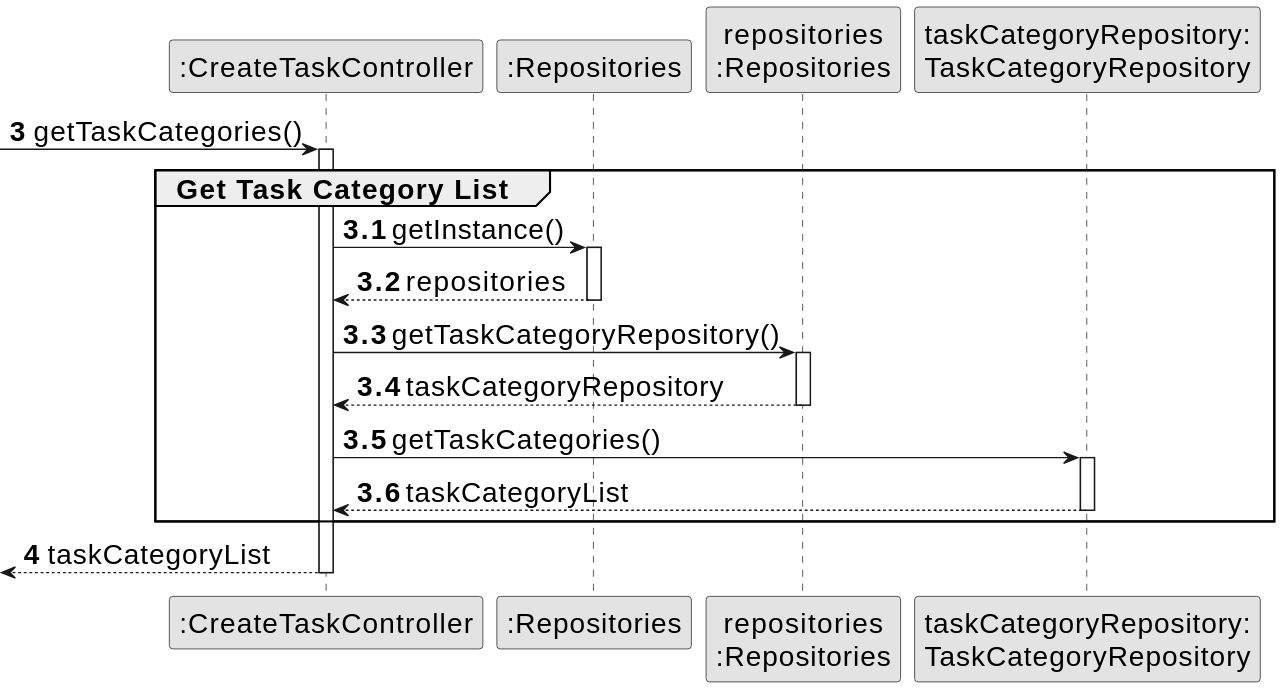
This is docs/sprintA&B&C/us022/03.design/svg/us022-sequence-diagram-partial-get-tasks-dto-list.svg from daniel41silva05/ISEP_2023_2024_LAPR2, a PlantUML export, as it was before one commit. Its diagram source:
```plantuml
@startuml
skinparamlocked defaultFontSize 20
skinparam monochrome true
skinparam packageStyle rectangle
skinparam shadowing false

autonumber


participant ":CreateTaskController" as CTRL
participant ":Repositories" as RepositorySingleton
participant "repositories\n:Repositories" as PLAT
participant "taskCategoryRepository:\nTaskCategoryRepository" as TaskCategoryRepository

autonumber 3

 -> CTRL : getTaskCategories()
autonumber 3.1
activate CTRL
    group Get Task Category List


            CTRL -> RepositorySingleton : getInstance()
            activate RepositorySingleton

                RepositorySingleton --> CTRL: repositories
            deactivate RepositorySingleton

            CTRL -> PLAT : getTaskCategoryRepository()
            activate PLAT

                PLAT --> CTRL: taskCategoryRepository
            deactivate PLAT

            CTRL -> TaskCategoryRepository : getTaskCategories()
            activate TaskCategoryRepository

                TaskCategoryRepository --> CTRL : taskCategoryList
            deactivate TaskCategoryRepository


    end
    autonumber 4
    <-- CTRL  : taskCategoryList
deactivate CTRL
@enduml
```
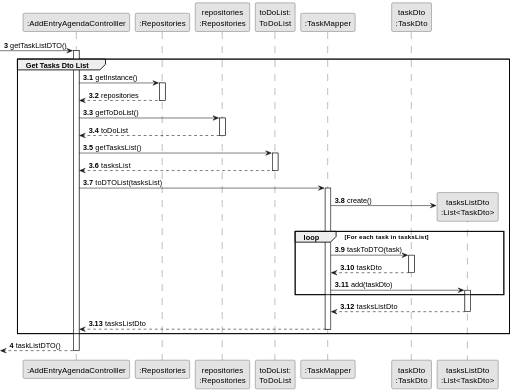
The same diagram one commit later.

Change to the diagram source:
```diff
@@ -1,5 +1,4 @@
 @startuml
-skinparamlocked defaultFontSize 20
 skinparam monochrome true
 skinparam packageStyle rectangle
 skinparam shadowing false
@@ -7,40 +6,65 @@
 autonumber
 
 
-participant ":CreateTaskController" as CTRL
-participant ":Repositories" as RepositorySingleton
-participant "repositories\n:Repositories" as PLAT
-participant "taskCategoryRepository:\nTaskCategoryRepository" as TaskCategoryRepository
+participant ":AddEntryAgendaControlller" as CTRL
+participant ":Repositories" as REP
+participant "repositories\n:Repositories" as REPS
+participant "toDoList:\nToDoList" as toDoList
+participant ":TaskMapper" as taskMAPPER
+participant "taskDto\n:TaskDto" as taskDTO
+participant "tasksListDto\n:List<TaskDto>" as taskListDTO
 
 autonumber 3
 
- -> CTRL : getTaskCategories()
+ -> CTRL : getTaskListDTO()
 autonumber 3.1
 activate CTRL
-    group Get Task Category List
+    group Get Tasks Dto List
 
+            CTRL -> REP : getInstance()
+            activate REP
 
-            CTRL -> RepositorySingleton : getInstance()
-            activate RepositorySingleton
+            REP --> CTRL: repositories
+            deactivate REP
 
-                RepositorySingleton --> CTRL: repositories
-            deactivate RepositorySingleton
+            CTRL -> REPS : getToDoList()
+            activate REPS
 
-            CTRL -> PLAT : getTaskCategoryRepository()
-            activate PLAT
+            REPS --> CTRL: toDoList
+            deactivate REPS
 
-                PLAT --> CTRL: taskCategoryRepository
-            deactivate PLAT
+            CTRL -> toDoList: getTasksList()
+            activate toDoList
 
-            CTRL -> TaskCategoryRepository : getTaskCategories()
-            activate TaskCategoryRepository
+            toDoList --> CTRL : tasksList
+            deactivate toDoList
 
-                TaskCategoryRepository --> CTRL : taskCategoryList
-            deactivate TaskCategoryRepository
+            CTRL -> taskMAPPER: toDTOList(tasksList)
+            activate taskMAPPER
 
+                taskMAPPER -> taskListDTO** : create()
+
+                loop For each task in tasksList
+
+                taskMAPPER -> taskDTO: taskToDTO(task)
+                activate taskDTO
+
+                taskDTO --> taskMAPPER: taskDto
+                deactivate taskDTO
+
+                taskMAPPER -> taskListDTO: add(taskDto)
+                activate taskListDTO
+
+                end
+
+                taskListDTO --> taskMAPPER: tasksListDto
+                deactivate taskListDTO
+
+            taskMAPPER --> CTRL : tasksListDto
+            deactivate taskMAPPER
 
     end
     autonumber 4
-    <-- CTRL  : taskCategoryList
+    <-- CTRL  : taskListDTO()
 deactivate CTRL
 @enduml
```
